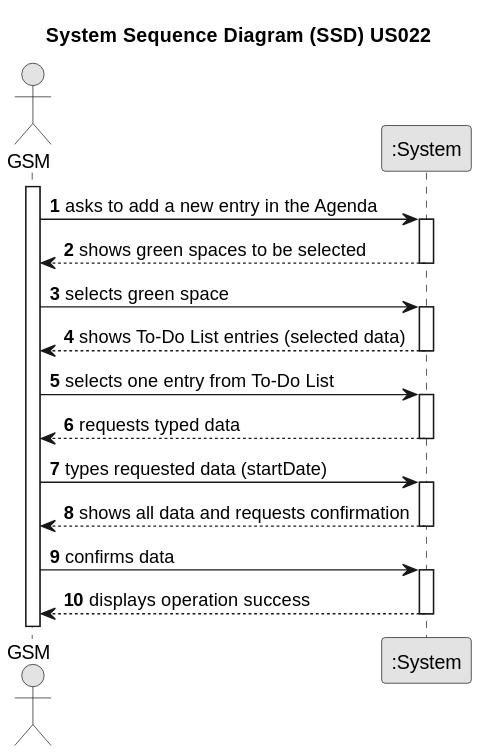
LopemigueISEP/lei-24-s2-1nb-g312 keeps this PlantUML diagram as docs/sprintC/US022/01.requirements-engineering/svg/us22-system-sequence-diagram.svg. Above is the earlier version. Source of this version:
```plantuml
@startuml
skinparam monochrome true
skinparam packageStyle rectangle
skinparam shadowing false

title System Sequence Diagram (SSD) US022

autonumber

actor "GSM" as Employee
participant ":System" as System
activate Employee

    Employee -> System : asks to add a new entry in the Agenda
    activate System

        System --> Employee : shows green spaces to be selected
    deactivate System

    Employee -> System : selects green space
    activate System

    System --> Employee : shows To-Do List entries (selected data)
        deactivate System

        Employee -> System : selects one entry from To-Do List
        activate System

        System --> Employee : requests typed data
    deactivate System

    Employee -> System : types requested data (startDate)
    activate System

        System --> Employee : shows all data and requests confirmation
    deactivate System

    Employee -> System : confirms data
    activate System

        System --> Employee : displays operation success
    deactivate System
@enduml
```
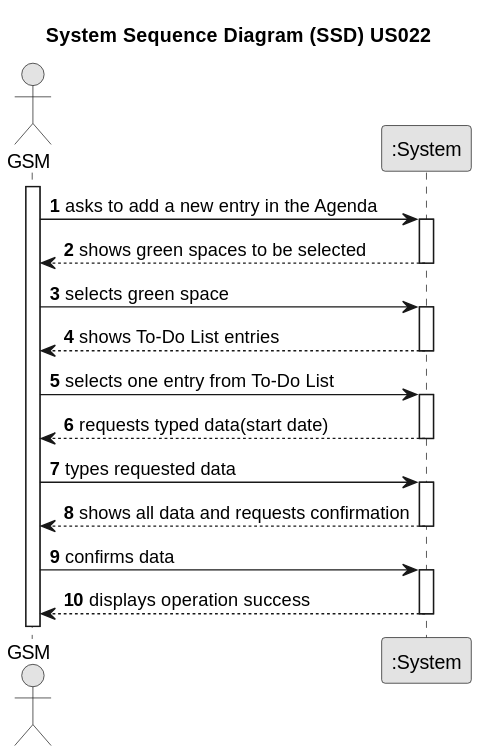
Later version of the same file.

The edit, as a diff of the source:
```diff
@@ -20,16 +20,16 @@
     Employee -> System : selects green space
     activate System
 
-    System --> Employee : shows To-Do List entries (selected data)
+    System --> Employee : shows To-Do List entries
         deactivate System
 
         Employee -> System : selects one entry from To-Do List
         activate System
 
-        System --> Employee : requests typed data
+        System --> Employee : requests typed data(start date)
     deactivate System
 
-    Employee -> System : types requested data (startDate)
+    Employee -> System : types requested data
     activate System
 
         System --> Employee : shows all data and requests confirmation
```
